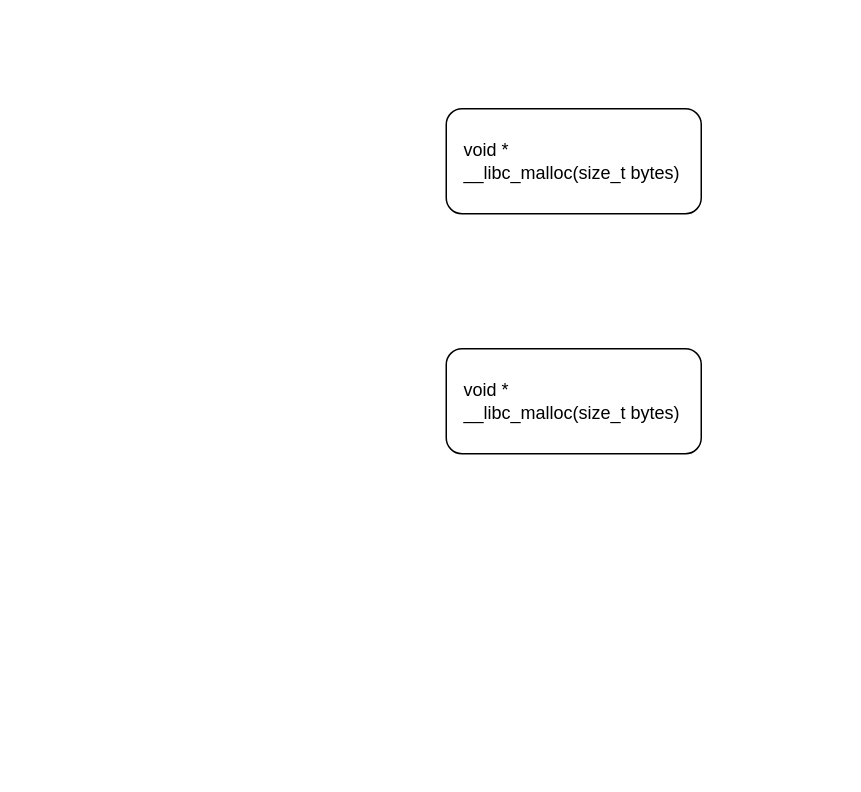
This is malloc.drawio from BL-CZY/glibc_flowcharts, a draw.io file, before an edit. Source tidied: cells renumbered, new cells numbered last; positions are measured from the earlier drawing's top-left corner, leaving out a move shared by most shapes. Both pictures are drawn from the tidied source at 150%, with x=0, y=0 at pixel (446, 108).
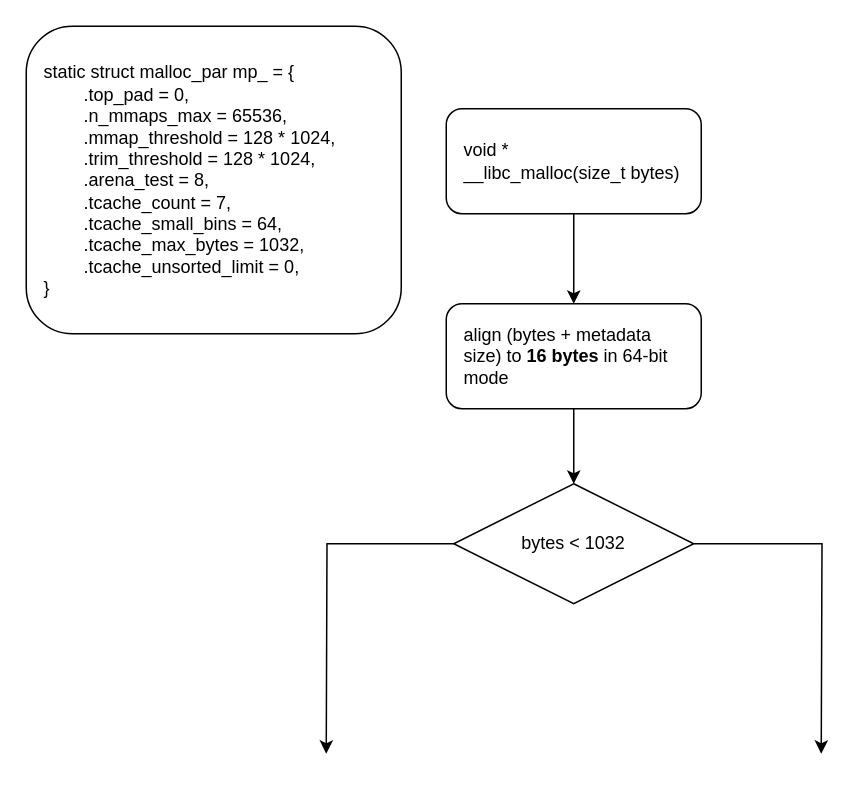
After the change.

Commit message:
Mettre à jour malloc.drawio

What changed in the source:
```diff
@@
 <mxGraphModel>
   <root>
     <mxCell id="0" />
     <mxCell id="1" parent="0" />
+    <mxCell id="4" style="edgeStyle=orthogonalEdgeStyle;rounded=0;jettySize=auto;html=1;entryX=0.5;entryY=0;entryDx=0;entryDy=0;" parent="1" edge="1" source="2" target="3">
+      <mxGeometry relative="1" as="geometry" />
+    </mxCell>
     <mxCell id="2" value="&lt;div&gt;void *&lt;/div&gt;&lt;div&gt;__libc_malloc(size_t bytes)&lt;/div&gt;" style="rounded=1;whiteSpace=wrap;html=1;align=left;spacingLeft=10;spacingRight=10;" parent="1" vertex="1">
       <mxGeometry width="170" height="70" as="geometry" />
     </mxCell>
+    <mxCell id="5" style="edgeStyle=orthogonalEdgeStyle;rounded=0;jettySize=auto;html=1;entryX=0.5;entryY=0;entryDx=0;entryDy=0;" parent="1" edge="1" source="3" target="8">
+      <mxGeometry relative="1" as="geometry" />
+    </mxCell>
-    <mxCell id="3" value="&lt;div&gt;void *&lt;/div&gt;&lt;div&gt;__libc_malloc(size_t bytes)&lt;/div&gt;" style="rounded=1;whiteSpace=wrap;html=1;align=left;spacingLeft=10;spacingRight=10;" parent="1" vertex="1">
-      <mxGeometry y="160" width="170" height="70" as="geometry" />
+    <mxCell id="3" value="align (bytes + metadata size) to &lt;b&gt;16 bytes&lt;/b&gt; in 64-bit mode" style="rounded=1;whiteSpace=wrap;html=1;align=left;spacingLeft=10;spacingRight=10;" parent="1" vertex="1">
+      <mxGeometry y="130" width="170" height="70" as="geometry" />
     </mxCell>
+    <mxCell id="6" style="edgeStyle=orthogonalEdgeStyle;rounded=0;jettySize=auto;html=1;" parent="1" edge="1" source="8">
+      <mxGeometry relative="1" as="geometry">
+        <mxPoint x="-80" y="430" as="targetPoint" />
+      </mxGeometry>
+    </mxCell>
+    <mxCell id="7" style="edgeStyle=orthogonalEdgeStyle;rounded=0;jettySize=auto;html=1;" parent="1" edge="1" source="8">
+      <mxGeometry relative="1" as="geometry">
+        <mxPoint x="250" y="430" as="targetPoint" />
+      </mxGeometry>
+    </mxCell>
+    <mxCell id="8" value="bytes &amp;lt; 1032" style="rhombus;whiteSpace=wrap;html=1;" parent="1" vertex="1">
+      <mxGeometry x="5" y="250" width="160" height="80" as="geometry" />
+    </mxCell>
+    <mxCell id="9" value="&lt;div align=&quot;left&quot;&gt;static struct malloc_par mp_ = {&lt;/div&gt;&lt;div align=&quot;left&quot;&gt;&lt;span style=&quot;white-space: pre;&quot;&gt;&#9;&lt;/span&gt;.top_pad = 0,&lt;/div&gt;&lt;div align=&quot;left&quot;&gt;&lt;span style=&quot;white-space: pre;&quot;&gt;&#9;&lt;/span&gt;.n_mmaps_max = 65536,&lt;/div&gt;&lt;div align=&quot;left&quot;&gt;&lt;span style=&quot;white-space: pre;&quot;&gt;&#9;&lt;/span&gt;.mmap_threshold = 128 * 1024,&lt;/div&gt;&lt;div align=&quot;left&quot;&gt;&lt;span style=&quot;white-space: pre;&quot;&gt;&#9;&lt;/span&gt;.trim_threshold = 128 * 1024,&lt;/div&gt;&lt;div align=&quot;left&quot;&gt;&lt;span style=&quot;white-space: pre;&quot;&gt;&#9;&lt;/span&gt;.arena_test = 8,&lt;/div&gt;&lt;div align=&quot;left&quot;&gt;&lt;span style=&quot;white-space: pre;&quot;&gt;&#9;&lt;/span&gt;.tcache_count = 7,&lt;/div&gt;&lt;div align=&quot;left&quot;&gt;&lt;span style=&quot;white-space: pre;&quot;&gt;&#9;&lt;/span&gt;.tcache_small_bins = 64,&lt;/div&gt;&lt;div align=&quot;left&quot;&gt;&lt;span style=&quot;white-space: pre;&quot;&gt;&#9;&lt;/span&gt;.tcache_max_bytes = 1032,&lt;/div&gt;&lt;div align=&quot;left&quot;&gt;&lt;span style=&quot;white-space: pre;&quot;&gt;&#9;&lt;/span&gt;.tcache_unsorted_limit = 0,&lt;/div&gt;&lt;div align=&quot;left&quot;&gt;}&lt;/div&gt;" style="rounded=1;whiteSpace=wrap;html=1;align=left;spacingLeft=10;spacingRight=10;" parent="1" vertex="1">
+      <mxGeometry x="-280" y="-55" width="250" height="205" as="geometry" />
+    </mxCell>
   </root>
 </mxGraphModel>
```
